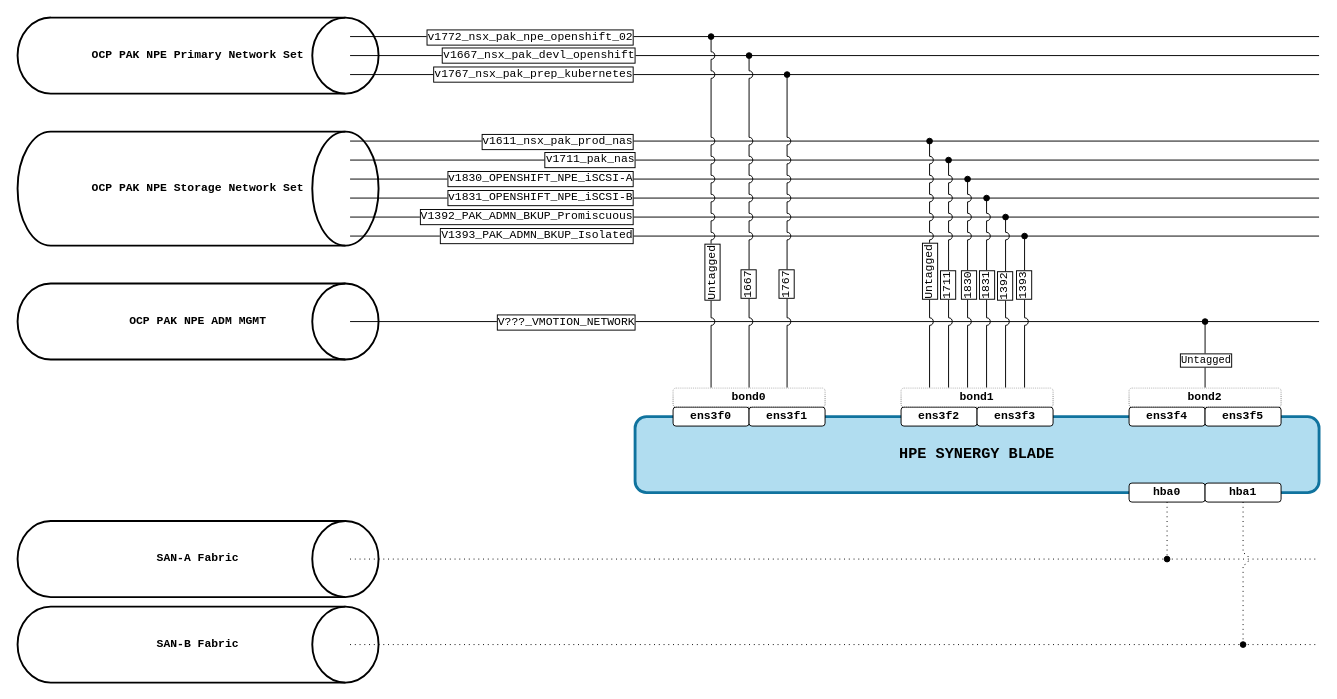
Earlier version of the draw.io diagram ocp-virt-nets.drawio (rustypan/diagrams). Source tidied: cells renumbered, new cells numbered last; positions are measured from the earlier drawing's top-left corner, leaving out a move shared by most shapes. Both pictures are drawn from the tidied source at 95%, with x=0, y=0 at pixel (17, 17).
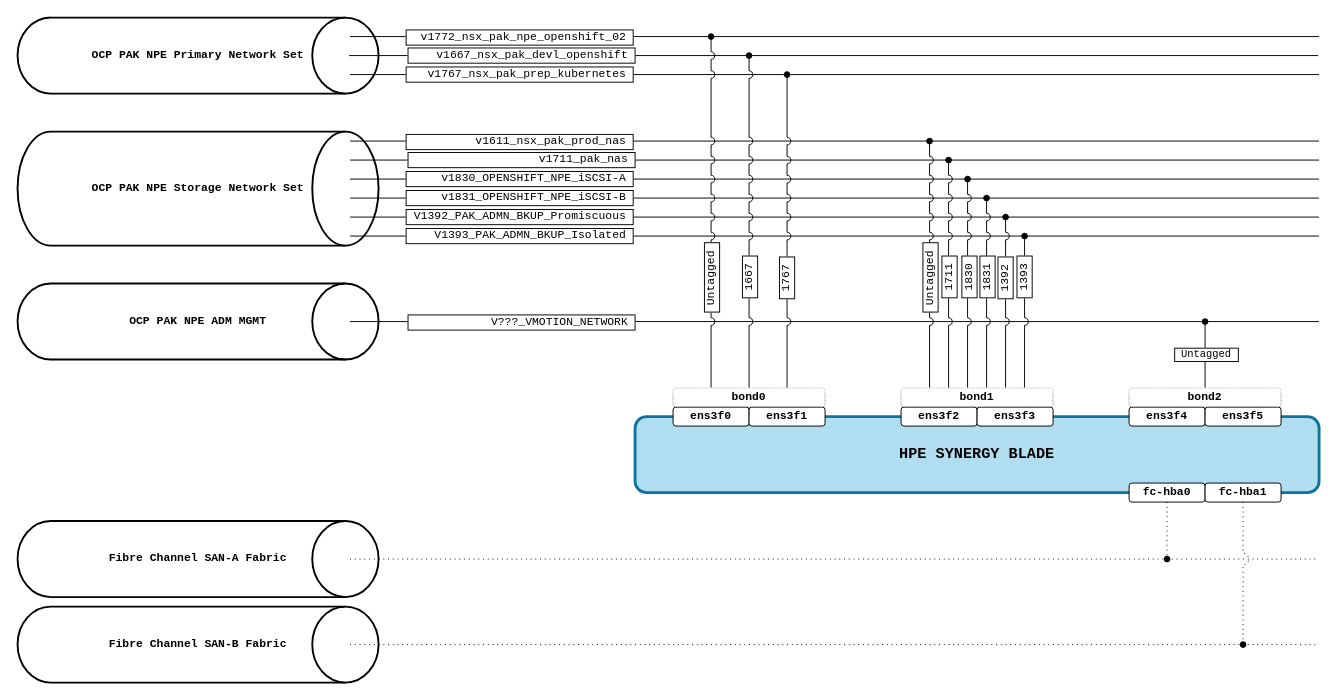
Above is the later version.

Unchanged cells that the change refers to:
```xml
<mxCell id="7" style="endArrow=none;html=1;rounded=0;strokeWidth=1;fontFamily=Courier New;strokeColor=light-dark(#000000,#808080);" parent="1" edge="1">
  <mxGeometry relative="1" as="geometry">
    <mxPoint x="350" y="60" as="sourcePoint" />
    <mxPoint x="1370" y="60" as="targetPoint" />
  </mxGeometry>
</mxCell>
<mxCell id="11" style="endArrow=none;html=1;rounded=0;strokeWidth=1;fontFamily=Courier New;labelPosition=center;verticalLabelPosition=middle;align=center;verticalAlign=middle;flowAnimation=0;fixDash=0;flowAnimationDirection=normal;strokeColor=light-dark(#000000,#808080);" parent="1" edge="1">
  <mxGeometry relative="1" as="geometry">
    <mxPoint x="350" y="20" as="sourcePoint" />
    <mxPoint x="1370" y="20" as="targetPoint" />
  </mxGeometry>
</mxCell>
<mxCell id="14" style="endArrow=none;html=1;rounded=0;strokeWidth=1;fontFamily=Courier New;strokeColor=light-dark(#000000,#808080);" parent="1" edge="1">
  <mxGeometry relative="1" as="geometry">
    <mxPoint x="350" y="170" as="sourcePoint" />
    <mxPoint x="1370" y="170" as="targetPoint" />
  </mxGeometry>
</mxCell>
<mxCell id="16" style="endArrow=none;html=1;rounded=0;strokeWidth=1;fontFamily=Courier New;strokeColor=light-dark(#000000,#808080);" parent="1" edge="1">
  <mxGeometry relative="1" as="geometry">
    <mxPoint x="350" y="150" as="sourcePoint" />
    <mxPoint x="1370" y="150" as="targetPoint" />
  </mxGeometry>
</mxCell>
<mxCell id="18" style="endArrow=none;html=1;rounded=0;strokeWidth=1;fontFamily=Courier New;strokeColor=light-dark(#000000,#808080);" parent="1" edge="1">
  <mxGeometry relative="1" as="geometry">
    <mxPoint x="350" y="130" as="sourcePoint" />
    <mxPoint x="1370" y="130" as="targetPoint" />
  </mxGeometry>
</mxCell>
<mxCell id="20" style="endArrow=none;html=1;rounded=0;strokeWidth=1;fontFamily=Courier New;strokeColor=light-dark(#000000,#808080);" parent="1" edge="1">
  <mxGeometry relative="1" as="geometry">
    <mxPoint x="350" y="190" as="sourcePoint" />
    <mxPoint x="1370" y="190" as="targetPoint" />
  </mxGeometry>
</mxCell>
<mxCell id="22" style="endArrow=none;html=1;rounded=0;strokeWidth=1;fontFamily=Courier New;strokeColor=light-dark(#000000,#808080);" parent="1" edge="1">
  <mxGeometry relative="1" as="geometry">
    <mxPoint x="350" y="210" as="sourcePoint" />
    <mxPoint x="1370" y="210" as="targetPoint" />
  </mxGeometry>
</mxCell>
<mxCell id="24" style="endArrow=none;html=1;rounded=0;strokeWidth=1;fontFamily=Courier New;strokeColor=light-dark(#000000,#808080);" parent="1" edge="1">
  <mxGeometry relative="1" as="geometry">
    <mxPoint x="350" y="230" as="sourcePoint" />
    <mxPoint x="1370" y="230" as="targetPoint" />
  </mxGeometry>
</mxCell>
<mxCell id="27" style="endArrow=none;html=1;rounded=0;strokeWidth=1;fontFamily=Courier New;backgroundOutline=0;flowAnimation=0;flowAnimationTimingFunction=linear;strokeColor=light-dark(#000000,#808080);" parent="1" edge="1">
  <mxGeometry relative="1" as="geometry">
    <mxPoint x="350" y="320" as="sourcePoint" />
    <mxPoint x="1370" y="320" as="targetPoint" />
  </mxGeometry>
</mxCell>
<mxCell id="29" style="edgeStyle=orthogonalEdgeStyle;rounded=0;jettySize=auto;html=1;exitX=0.25;exitY=0;exitDx=0;exitDy=0;jumpStyle=arc;fontFamily=Courier New;flowAnimation=0;jumpSize=8;endArrow=oval;endFill=1;" parent="1" edge="1" source="52">
  <mxGeometry relative="1" as="geometry">
    <mxPoint x="730" y="20" as="targetPoint" />
  </mxGeometry>
</mxCell>
<mxCell id="31" style="edgeStyle=orthogonalEdgeStyle;rounded=0;jettySize=auto;html=1;exitX=0.5;exitY=0;exitDx=0;exitDy=0;jumpStyle=arc;fontFamily=Courier New;endArrow=oval;endFill=1;jumpSize=8;" parent="1" edge="1" source="52">
  <mxGeometry relative="1" as="geometry">
    <mxPoint x="770" y="40" as="targetPoint" />
  </mxGeometry>
</mxCell>
<mxCell id="33" style="edgeStyle=orthogonalEdgeStyle;rounded=0;jettySize=auto;html=1;exitX=0.75;exitY=0;exitDx=0;exitDy=0;jumpStyle=arc;fontFamily=Courier New;endArrow=oval;endFill=1;jumpSize=8;" parent="1" edge="1" source="52">
  <mxGeometry relative="1" as="geometry">
    <mxPoint x="810" y="60" as="targetPoint" />
  </mxGeometry>
</mxCell>
<mxCell id="35" style="edgeStyle=orthogonalEdgeStyle;rounded=0;orthogonalLoop=1;jettySize=auto;html=1;exitX=0.25;exitY=0;exitDx=0;exitDy=0;jumpStyle=arc;fontFamily=Courier New;endArrow=oval;endFill=1;jumpSize=8;" parent="1" edge="1">
  <mxGeometry relative="1" as="geometry">
    <mxPoint x="960" y="390" as="sourcePoint" />
    <mxPoint x="960" y="130" as="targetPoint" />
  </mxGeometry>
</mxCell>
<mxCell id="37" style="edgeStyle=orthogonalEdgeStyle;rounded=0;orthogonalLoop=1;jettySize=auto;html=1;exitX=0.25;exitY=0;exitDx=0;exitDy=0;jumpStyle=arc;fontFamily=Courier New;endArrow=oval;endFill=1;jumpSize=8;" parent="1" edge="1">
  <mxGeometry relative="1" as="geometry">
    <mxPoint x="980" y="390" as="sourcePoint" />
    <mxPoint x="980" y="150" as="targetPoint" />
  </mxGeometry>
</mxCell>
<mxCell id="39" style="edgeStyle=orthogonalEdgeStyle;rounded=0;orthogonalLoop=1;jettySize=auto;html=1;jumpStyle=arc;fontFamily=Courier New;endArrow=oval;endFill=1;jumpSize=8;" parent="1" edge="1">
  <mxGeometry relative="1" as="geometry">
    <mxPoint x="1000" y="390" as="sourcePoint" />
    <mxPoint x="1000" y="170" as="targetPoint" />
  </mxGeometry>
</mxCell>
<mxCell id="41" style="edgeStyle=orthogonalEdgeStyle;rounded=0;orthogonalLoop=1;jettySize=auto;html=1;jumpStyle=arc;fontFamily=Courier New;endArrow=oval;endFill=1;jumpSize=8;" parent="1" edge="1">
  <mxGeometry relative="1" as="geometry">
    <mxPoint x="1020" y="390" as="sourcePoint" />
    <mxPoint x="1020" y="190" as="targetPoint" />
  </mxGeometry>
</mxCell>
<mxCell id="43" style="edgeStyle=orthogonalEdgeStyle;rounded=0;orthogonalLoop=1;jettySize=auto;html=1;jumpStyle=arc;fontFamily=Courier New;endArrow=oval;endFill=1;jumpSize=8;" parent="1" edge="1">
  <mxGeometry relative="1" as="geometry">
    <mxPoint x="1040" y="390" as="sourcePoint" />
    <mxPoint x="1040" y="210" as="targetPoint" />
  </mxGeometry>
</mxCell>
<mxCell id="45" style="edgeStyle=orthogonalEdgeStyle;rounded=0;orthogonalLoop=1;jettySize=auto;html=1;jumpStyle=arc;fontFamily=Courier New;endArrow=oval;endFill=1;jumpSize=8;" parent="1" edge="1">
  <mxGeometry relative="1" as="geometry">
    <mxPoint x="1060" y="390" as="sourcePoint" />
    <mxPoint x="1060" y="230" as="targetPoint" />
  </mxGeometry>
</mxCell>
<mxCell id="56" style="edgeStyle=orthogonalEdgeStyle;rounded=0;jettySize=auto;html=1;exitX=0.5;exitY=0;exitDx=0;exitDy=0;fontFamily=Courier New;endArrow=oval;endFill=1;" parent="1" edge="1" source="58">
  <mxGeometry relative="1" as="geometry">
    <mxPoint x="1250" y="320" as="targetPoint" />
  </mxGeometry>
</mxCell>
```

What changed in the source:
```diff
@@
-    <mxCell id="2" value="SAN-A Fabric" style="strokeWidth=2;html=1;shape=mxgraph.flowchart.direct_data;whiteSpace=wrap;align=center;fontFamily=Courier New;fillColor=light-dark(#FFFFFF,#8A2BE2);fontStyle=1;" parent="1" vertex="1">
+    <mxCell id="2" value="Fibre Channel SAN-A Fabric" style="strokeWidth=2;html=1;shape=mxgraph.flowchart.direct_data;whiteSpace=wrap;align=center;fontFamily=Courier New;fillColor=light-dark(#FFFFFF,#8A2BE2);fontStyle=1;" parent="1" vertex="1">
       <mxGeometry y="530" width="380" height="80" as="geometry" />
     </mxCell>
@@
-    <mxCell id="4" value="SAN-B Fabric" style="strokeWidth=2;html=1;shape=mxgraph.flowchart.direct_data;whiteSpace=wrap;align=center;fontFamily=Courier New;fillColor=light-dark(#FFFFFF,#DC143C);fontStyle=1;" parent="1" vertex="1">
+    <mxCell id="4" value="Fibre Channel SAN-B Fabric" style="strokeWidth=2;html=1;shape=mxgraph.flowchart.direct_data;whiteSpace=wrap;align=center;fontFamily=Courier New;fillColor=light-dark(#FFFFFF,#DC143C);fontStyle=1;" parent="1" vertex="1">
       <mxGeometry y="620" width="380" height="80" as="geometry" />
     </mxCell>
@@
-    <mxCell id="8" value="v1767_nsx_pak_prep_kubernetes" style="edgeLabel;html=1;align=right;verticalAlign=middle;fontFamily=Courier New;labelPosition=left;verticalLabelPosition=middle;fontSize=12;labelBorderColor=default;" parent="7" vertex="1">
+    <mxCell id="8" value="&amp;nbsp; &amp;nbsp;v1767_nsx_pak_prep_kubernetes&amp;nbsp;" style="edgeLabel;html=1;align=right;verticalAlign=middle;fontFamily=Courier New;labelPosition=left;verticalLabelPosition=middle;fontSize=12;labelBorderColor=light-dark(#000000,#808080);" parent="7" vertex="1">
       <mxGeometry y="1" relative="1" as="geometry">
         <mxPoint x="-211" as="offset" />
       </mxGeometry>
     </mxCell>
     <mxCell id="9" style="endArrow=none;html=1;rounded=0;strokeWidth=1;fontFamily=Courier New;strokeColor=light-dark(#000000,#808080);" parent="1" edge="1">
       <mxGeometry relative="1" as="geometry">
-        <mxPoint x="350" y="40" as="sourcePoint" />
-        <mxPoint x="1370" y="40" as="targetPoint" />
+        <mxPoint x="349" y="40" as="sourcePoint" />
+        <mxPoint x="1369" y="40" as="targetPoint" />
       </mxGeometry>
     </mxCell>
-    <mxCell id="10" value="v1667_nsx_pak_devl_openshift" style="edgeLabel;html=1;align=right;verticalAlign=middle;labelPosition=left;verticalLabelPosition=middle;fontFamily=Courier New;fontSize=12;labelBorderColor=default;" parent="9" vertex="1">
+    <mxCell id="10" value="&amp;nbsp; &amp;nbsp; v1667_nsx_pak_devl_openshift&amp;nbsp;" style="edgeLabel;html=1;align=right;verticalAlign=middle;labelPosition=left;verticalLabelPosition=middle;fontFamily=Courier New;fontSize=12;labelBorderColor=light-dark(#000000,#808080);" parent="9" vertex="1">
       <mxGeometry x="-0.02" y="1" relative="1" as="geometry">
-        <mxPoint x="-199" as="offset" />
+        <mxPoint x="-198" as="offset" />
       </mxGeometry>
     </mxCell>
@@
-    <mxCell id="12" value="v1772_nsx_pak_npe_openshift_02" style="edgeLabel;html=1;align=right;verticalAlign=middle;labelPosition=left;verticalLabelPosition=middle;fontFamily=Courier New;fontSize=12;labelBorderColor=default;" parent="11" vertex="1">
+    <mxCell id="12" value="&amp;nbsp; v1772_nsx_pak_npe_openshift_02&amp;nbsp;" style="edgeLabel;html=1;align=right;verticalAlign=middle;labelPosition=left;verticalLabelPosition=middle;fontFamily=Courier New;fontSize=12;labelBorderColor=light-dark(#000000,#808080);" parent="11" vertex="1">
       <mxGeometry x="-0.05" y="3" relative="1" as="geometry">
         <mxPoint x="-186" y="3" as="offset" />
       </mxGeometry>
     </mxCell>
@@
-    <mxCell id="15" value="v1830_OPENSHIFT_NPE_iSCSI-A" style="edgeLabel;html=1;align=right;verticalAlign=middle;fontFamily=Courier New;labelPosition=left;verticalLabelPosition=middle;fontSize=12;labelBorderColor=default;" parent="14" vertex="1">
+    <mxCell id="15" value="&amp;nbsp; &amp;nbsp; &amp;nbsp;v1830_OPENSHIFT_NPE_iSCSI-A&amp;nbsp;" style="edgeLabel;html=1;align=right;verticalAlign=middle;fontFamily=Courier New;labelPosition=left;verticalLabelPosition=middle;fontSize=12;labelBorderColor=light-dark(#000000,#808080);" parent="14" vertex="1">
       <mxGeometry y="1" relative="1" as="geometry">
         <mxPoint x="-211" as="offset" />
       </mxGeometry>
     </mxCell>
@@
-    <mxCell id="17" value="v1711_pak_nas" style="edgeLabel;html=1;align=right;verticalAlign=middle;labelPosition=left;verticalLabelPosition=middle;fontFamily=Courier New;fontSize=12;labelBorderColor=default;" parent="16" vertex="1">
+    <mxCell id="17" value="&amp;nbsp; &amp;nbsp; &amp;nbsp; &amp;nbsp; &amp;nbsp; &amp;nbsp; &amp;nbsp; &amp;nbsp; &amp;nbsp; &amp;nbsp;v1711_pak_nas&amp;nbsp;" style="edgeLabel;html=1;align=right;verticalAlign=middle;labelPosition=left;verticalLabelPosition=middle;fontFamily=Courier New;fontSize=12;labelBorderColor=light-dark(#000000,#808080);" parent="16" vertex="1">
       <mxGeometry x="-0.02" y="1" relative="1" as="geometry">
         <mxPoint x="-199" as="offset" />
       </mxGeometry>
     </mxCell>
@@
-    <mxCell id="19" value="v1611_nsx_pak_prod_nas" style="edgeLabel;html=1;align=right;verticalAlign=middle;labelPosition=left;verticalLabelPosition=middle;fontFamily=Courier New;fontSize=12;labelBorderColor=default;" parent="18" vertex="1">
+    <mxCell id="19" value="&amp;nbsp; &amp;nbsp; &amp;nbsp; &amp;nbsp; &amp;nbsp; v1611_nsx_pak_prod_nas&amp;nbsp;" style="edgeLabel;html=1;align=right;verticalAlign=middle;labelPosition=left;verticalLabelPosition=middle;fontFamily=Courier New;fontSize=12;labelBorderColor=light-dark(#000000,#808080);" parent="18" vertex="1">
       <mxGeometry x="-0.05" y="3" relative="1" as="geometry">
         <mxPoint x="-186" y="3" as="offset" />
       </mxGeometry>
     </mxCell>
@@
-    <mxCell id="21" value="v1831_OPENSHIFT_NPE_iSCSI-B" style="edgeLabel;html=1;align=right;verticalAlign=middle;fontFamily=Courier New;labelPosition=left;verticalLabelPosition=middle;fontSize=12;labelBorderColor=default;" parent="20" vertex="1">
+    <mxCell id="21" value="&amp;nbsp; &amp;nbsp; &amp;nbsp;v1831_OPENSHIFT_NPE_iSCSI-B&amp;nbsp;" style="edgeLabel;html=1;align=right;verticalAlign=middle;fontFamily=Courier New;labelPosition=left;verticalLabelPosition=middle;fontSize=12;labelBorderColor=light-dark(#000000,#808080);" parent="20" vertex="1">
       <mxGeometry y="1" relative="1" as="geometry">
         <mxPoint x="-211" as="offset" />
       </mxGeometry>
     </mxCell>
@@
-    <mxCell id="23" value="V1392_PAK_ADMN_BKUP_Promiscuous" style="edgeLabel;html=1;align=right;verticalAlign=middle;fontFamily=Courier New;labelPosition=left;verticalLabelPosition=middle;fontSize=12;labelBorderColor=default;" parent="22" vertex="1">
+    <mxCell id="23" value="&amp;nbsp;V1392_PAK_ADMN_BKUP_Promiscuous&amp;nbsp;" style="edgeLabel;html=1;align=right;verticalAlign=middle;fontFamily=Courier New;labelPosition=left;verticalLabelPosition=middle;fontSize=12;labelBorderColor=light-dark(#000000,#808080);" parent="22" vertex="1">
       <mxGeometry y="1" relative="1" as="geometry">
         <mxPoint x="-211" as="offset" />
       </mxGeometry>
     </mxCell>
@@
-    <mxCell id="25" value="V1393_PAK_ADMN_BKUP_Isolated" style="edgeLabel;html=1;align=right;verticalAlign=middle;fontFamily=Courier New;labelPosition=left;verticalLabelPosition=middle;fontSize=12;labelBorderColor=default;" parent="24" vertex="1">
+    <mxCell id="25" value="&amp;nbsp; &amp;nbsp; V1393_PAK_ADMN_BKUP_Isolated&amp;nbsp;" style="edgeLabel;html=1;align=right;verticalAlign=middle;fontFamily=Courier New;labelPosition=left;verticalLabelPosition=middle;fontSize=12;labelBorderColor=light-dark(#000000,#808080);" parent="24" vertex="1">
       <mxGeometry y="1" relative="1" as="geometry">
         <mxPoint x="-211" as="offset" />
       </mxGeometry>
     </mxCell>
@@
-    <mxCell id="28" value="V???_VMOTION_NETWORK" style="edgeLabel;html=1;align=right;verticalAlign=middle;labelPosition=left;verticalLabelPosition=middle;fontFamily=Courier New;fontSize=12;labelBackgroundColor=default;labelBorderColor=default;perimeter=rectanglePerimeter;noLabel=0;fillOpacity=0;textShadow=0;spacing=2;spacingLeft=0;spacingRight=0;spacingTop=0;" parent="27" vertex="1">
+    <mxCell id="28" value="&amp;nbsp; &amp;nbsp; &amp;nbsp; &amp;nbsp; &amp;nbsp; &amp;nbsp; V???_VMOTION_NETWORK&amp;nbsp;" style="edgeLabel;html=1;align=right;verticalAlign=middle;labelPosition=left;verticalLabelPosition=middle;fontFamily=Courier New;fontSize=12;labelBackgroundColor=default;labelBorderColor=light-dark(#000000,#808080);perimeter=rectanglePerimeter;noLabel=0;fillOpacity=0;textShadow=0;spacing=2;spacingLeft=0;spacingRight=0;spacingTop=0;" parent="27" vertex="1">
       <mxGeometry x="-0.02" y="1" relative="1" as="geometry">
         <mxPoint x="-199" y="1" as="offset" />
       </mxGeometry>
     </mxCell>
@@
-    <mxCell id="30" value="Untagged" style="edgeLabel;html=1;align=left;verticalAlign=middle;horizontal=0;labelPosition=right;verticalLabelPosition=middle;fontFamily=Courier New;fontSize=12;labelBorderColor=default;" parent="29" vertex="1">
+    <mxCell id="30" value="&amp;nbsp;Untagged&amp;nbsp;" style="edgeLabel;html=1;align=center;verticalAlign=middle;horizontal=0;labelPosition=center;verticalLabelPosition=middle;fontFamily=Courier New;fontSize=12;labelBorderColor=default;" parent="29" vertex="1">
       <mxGeometry x="-0.38" y="-1" relative="1" as="geometry">
-        <mxPoint y="26" as="offset" />
+        <mxPoint x="-1" y="1" as="offset" />
       </mxGeometry>
     </mxCell>
@@
-    <mxCell id="32" value="1667" style="edgeLabel;html=1;align=left;verticalAlign=middle;horizontal=0;labelPosition=right;verticalLabelPosition=middle;fontFamily=Courier New;fontSize=12;labelBorderColor=default;" parent="31" vertex="1">
+    <mxCell id="32" value="&amp;nbsp;1667&amp;nbsp;" style="edgeLabel;html=1;align=center;verticalAlign=middle;horizontal=0;labelPosition=center;verticalLabelPosition=middle;fontFamily=Courier New;fontSize=12;labelBorderColor=default;" parent="31" vertex="1">
       <mxGeometry x="-0.38" y="1" relative="1" as="geometry">
-        <mxPoint y="18" as="offset" />
+        <mxPoint x="1" y="-6" as="offset" />
       </mxGeometry>
     </mxCell>
@@
-    <mxCell id="34" value="1767" style="edgeLabel;html=1;align=left;verticalAlign=middle;horizontal=0;labelPosition=right;verticalLabelPosition=middle;fontFamily=Courier New;fontSize=12;labelBorderColor=default;" parent="33" vertex="1">
-      <mxGeometry x="-0.45" y="1" relative="1" as="geometry" />
+    <mxCell id="34" value="&amp;nbsp;1767&amp;nbsp;" style="edgeLabel;html=1;align=center;verticalAlign=middle;horizontal=0;labelPosition=center;verticalLabelPosition=middle;fontFamily=Courier New;fontSize=12;labelBorderColor=default;" parent="33" vertex="1">
+      <mxGeometry x="-0.45" y="1" relative="1" as="geometry">
+        <mxPoint y="-23" as="offset" />
+      </mxGeometry>
     </mxCell>
@@
-    <mxCell id="36" value="Untagged" style="edgeLabel;html=1;align=left;verticalAlign=middle;horizontal=0;labelPosition=right;verticalLabelPosition=middle;fontFamily=Courier New;fontSize=12;labelBorderColor=default;" parent="35" vertex="1">
+    <mxCell id="36" value="&amp;nbsp;Untagged&amp;nbsp;" style="edgeLabel;html=1;align=center;verticalAlign=middle;horizontal=0;labelPosition=center;verticalLabelPosition=middle;fontFamily=Courier New;fontSize=12;labelBorderColor=default;" parent="35" vertex="1">
       <mxGeometry x="0.1" y="3" relative="1" as="geometry">
-        <mxPoint x="3" y="53" as="offset" />
+        <mxPoint x="3" y="29" as="offset" />
       </mxGeometry>
     </mxCell>
@@
-    <mxCell id="38" value="1711" style="edgeLabel;html=1;align=left;verticalAlign=middle;labelPosition=right;verticalLabelPosition=middle;horizontal=0;fontFamily=Courier New;fontSize=12;labelBorderColor=default;" parent="37" vertex="1">
+    <mxCell id="38" value="&amp;nbsp;1711&amp;nbsp;" style="edgeLabel;html=1;align=center;verticalAlign=middle;labelPosition=center;verticalLabelPosition=middle;horizontal=0;fontFamily=Courier New;fontSize=12;labelBorderColor=default;" parent="37" vertex="1">
       <mxGeometry x="-0.22" y="1" relative="1" as="geometry">
-        <mxPoint y="4" as="offset" />
+        <mxPoint x="1" y="-21" as="offset" />
       </mxGeometry>
     </mxCell>
@@
-    <mxCell id="40" value="1830" style="edgeLabel;html=1;align=left;verticalAlign=middle;labelPosition=right;verticalLabelPosition=middle;horizontal=0;fontFamily=Courier New;fontSize=12;labelBorderColor=default;" parent="39" vertex="1">
+    <mxCell id="40" value="&amp;nbsp;1830&amp;nbsp;" style="edgeLabel;html=1;align=center;verticalAlign=middle;labelPosition=center;verticalLabelPosition=middle;horizontal=0;fontFamily=Courier New;fontSize=12;labelBorderColor=default;" parent="39" vertex="1">
       <mxGeometry x="-0.13" y="-1" relative="1" as="geometry">
-        <mxPoint y="6" as="offset" />
+        <mxPoint y="-19" as="offset" />
       </mxGeometry>
     </mxCell>
@@
-    <mxCell id="42" value="1831" style="edgeLabel;html=1;align=left;verticalAlign=middle;labelPosition=right;verticalLabelPosition=middle;horizontal=0;fontFamily=Courier New;fontSize=12;labelBorderColor=default;" parent="41" vertex="1">
+    <mxCell id="42" value="&amp;nbsp;1831&amp;nbsp;" style="edgeLabel;html=1;align=center;verticalAlign=middle;labelPosition=center;verticalLabelPosition=middle;horizontal=0;fontFamily=Courier New;fontSize=12;labelBorderColor=default;" parent="41" vertex="1">
       <mxGeometry x="0.03" relative="1" as="geometry">
-        <mxPoint y="13" as="offset" />
+        <mxPoint y="-12" as="offset" />
       </mxGeometry>
     </mxCell>
@@
-    <mxCell id="44" value="1392" style="edgeLabel;html=1;align=left;verticalAlign=middle;labelPosition=right;verticalLabelPosition=middle;horizontal=0;fontFamily=Courier New;fontSize=12;labelBorderColor=default;" parent="43" vertex="1">
+    <mxCell id="44" value="&amp;nbsp;1392&amp;nbsp;" style="edgeLabel;html=1;align=center;verticalAlign=middle;labelPosition=center;verticalLabelPosition=middle;horizontal=0;fontFamily=Courier New;fontSize=12;labelBorderColor=default;" parent="43" vertex="1">
       <mxGeometry x="0.06" y="1" relative="1" as="geometry">
-        <mxPoint y="6" as="offset" />
+        <mxPoint y="-19" as="offset" />
       </mxGeometry>
     </mxCell>
@@
-    <mxCell id="46" value="1393" style="edgeLabel;html=1;align=left;verticalAlign=middle;labelPosition=right;verticalLabelPosition=middle;horizontal=0;fontFamily=Courier New;fontSize=12;labelBorderColor=default;" parent="45" vertex="1">
+    <mxCell id="46" value="&amp;nbsp;1393&amp;nbsp;" style="edgeLabel;html=1;align=center;verticalAlign=middle;labelPosition=center;verticalLabelPosition=middle;horizontal=0;fontFamily=Courier New;fontSize=12;labelBorderColor=default;" parent="45" vertex="1">
       <mxGeometry x="0.2" y="1" relative="1" as="geometry">
-        <mxPoint y="6" as="offset" />
+        <mxPoint y="-19" as="offset" />
       </mxGeometry>
     </mxCell>
@@
-    <mxCell id="57" value="Untagged" style="edgeLabel;html=1;align=center;verticalAlign=middle;fontFamily=Courier New;labelBorderColor=default;" parent="56" vertex="1">
-      <mxGeometry x="-0.16" relative="1" as="geometry" />
+    <mxCell id="57" value="&amp;nbsp;Untagged&amp;nbsp;" style="edgeLabel;html=1;align=center;verticalAlign=middle;fontFamily=Courier New;labelBorderColor=default;" parent="56" vertex="1">
+      <mxGeometry x="-0.16" relative="1" as="geometry">
+        <mxPoint y="-6" as="offset" />
+      </mxGeometry>
     </mxCell>
@@
-    <mxCell id="60" value="hba0" style="rounded=1;whiteSpace=wrap;html=1;fontFamily=Courier New;fillColor=light-dark(#FFFFFF,#8A2BE2);fontStyle=1;" parent="1" vertex="1">
+    <mxCell id="60" value="fc-hba0" style="rounded=1;whiteSpace=wrap;html=1;fontFamily=Courier New;fillColor=light-dark(#FFFFFF,#8A2BE2);fontStyle=1;" parent="1" vertex="1">
       <mxGeometry x="1170" y="490" width="80" height="20" as="geometry" />
     </mxCell>
@@
-    <mxCell id="62" value="hba1" style="rounded=1;whiteSpace=wrap;html=1;fontFamily=Courier New;fillColor=light-dark(#FFFFFF,#DC143C);fontStyle=1;" parent="1" vertex="1">
+    <mxCell id="62" value="fc-hba1" style="rounded=1;whiteSpace=wrap;html=1;fontFamily=Courier New;fillColor=light-dark(#FFFFFF,#DC143C);fontStyle=1;" parent="1" vertex="1">
       <mxGeometry x="1250" y="490" width="80" height="20" as="geometry" />
     </mxCell>
```
